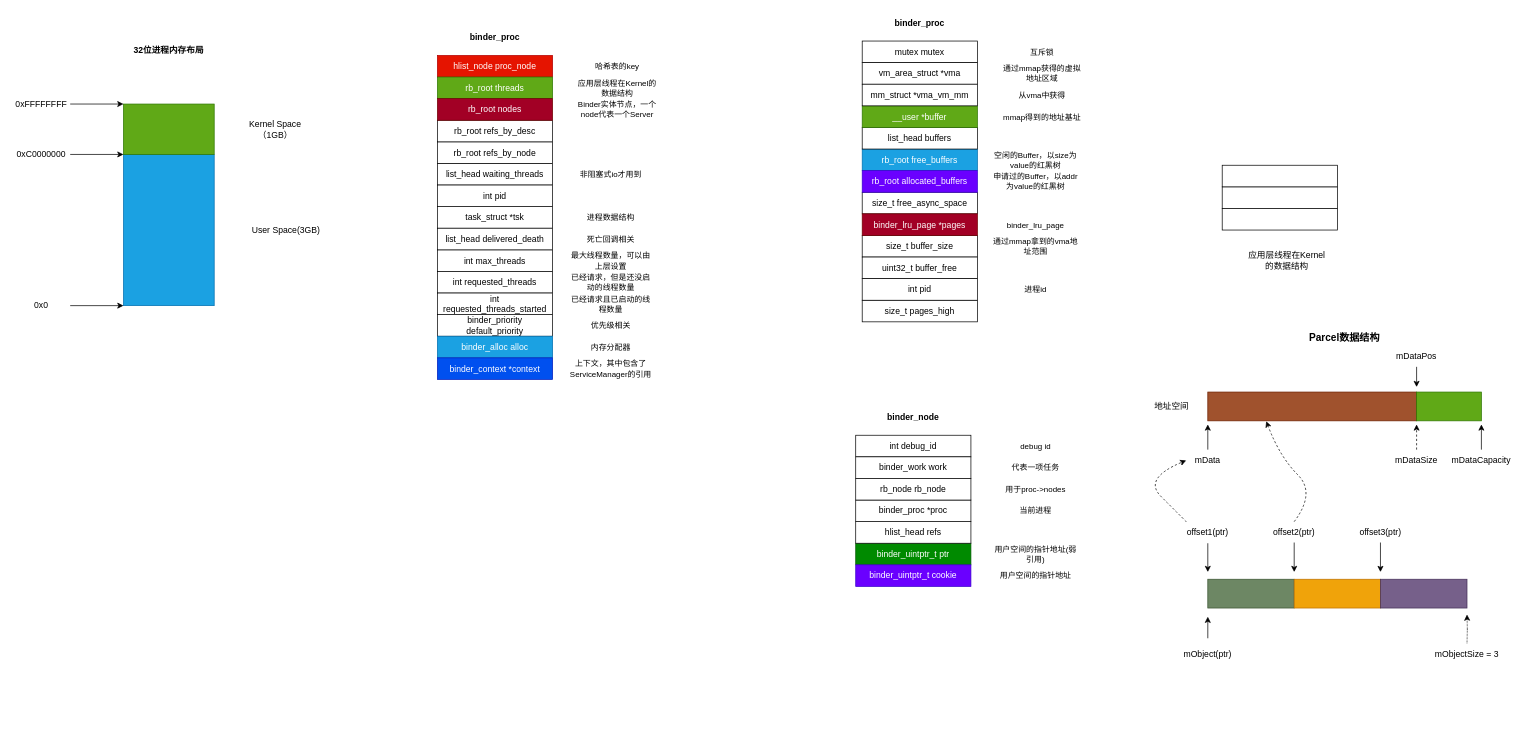
The draw.io diagram android/未命名绘图.drawio in dddjjq/CodeRead, before the edit. Source tidied: cells renumbered, new cells numbered last; positions are measured from the earlier drawing's top-left corner, leaving out a move shared by most shapes. Both pictures are drawn from the tidied source at 72%, with x=0, y=0 at pixel (12, 12).
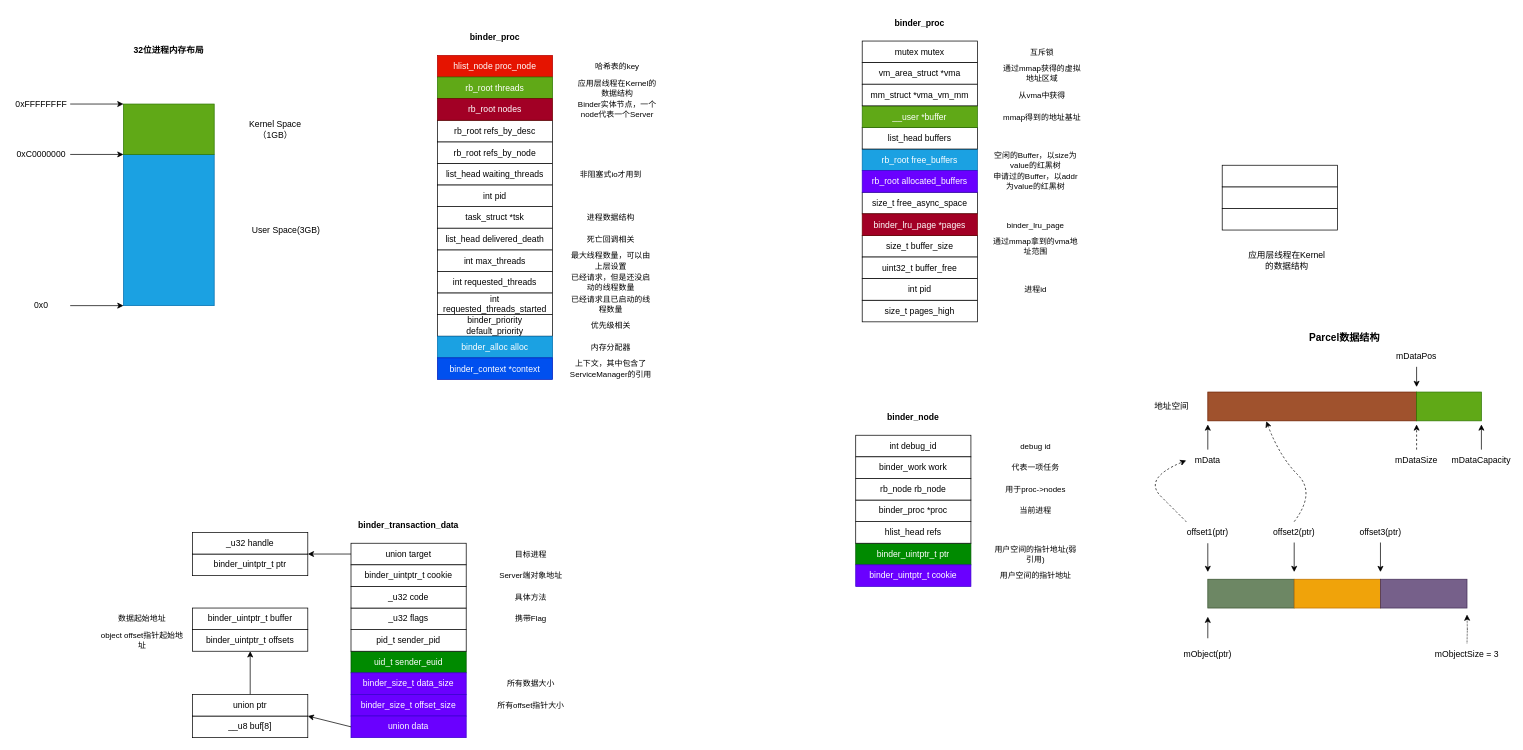
The same diagram, later.

Commit message:
更新未命名绘图.drawio

Diff of the diagram source:
```diff
@@
+    <mxCell id="109" value="union target" style="rounded=0;whiteSpace=wrap;html=1;" parent="1" vertex="1">
+      <mxGeometry x="470" y="738" width="160" height="30" as="geometry" />
+    </mxCell>
+    <mxCell id="110" value="binder_uintptr_t cookie" style="rounded=0;whiteSpace=wrap;html=1;" parent="1" vertex="1">
+      <mxGeometry x="470" y="768" width="160" height="30" as="geometry" />
+    </mxCell>
+    <mxCell id="111" value="uid_t sender_euid" style="rounded=0;whiteSpace=wrap;html=1;fillColor=#008a00;fontColor=#ffffff;strokeColor=#005700;" parent="1" vertex="1">
+      <mxGeometry x="470" y="888" width="160" height="30" as="geometry" />
+    </mxCell>
+    <mxCell id="112" value="pid_t sender_pid" style="rounded=0;whiteSpace=wrap;html=1;" parent="1" vertex="1">
+      <mxGeometry x="470" y="858" width="160" height="30" as="geometry" />
+    </mxCell>
+    <mxCell id="113" value="_u32 flags" style="rounded=0;whiteSpace=wrap;html=1;" parent="1" vertex="1">
+      <mxGeometry x="470" y="828" width="160" height="30" as="geometry" />
+    </mxCell>
+    <mxCell id="114" value="_u32 code" style="rounded=0;whiteSpace=wrap;html=1;" parent="1" vertex="1">
+      <mxGeometry x="470" y="798" width="160" height="30" as="geometry" />
+    </mxCell>
+    <mxCell id="115" value="binder_size_t data_size" style="rounded=0;whiteSpace=wrap;html=1;fillColor=#6a00ff;fontColor=#ffffff;strokeColor=#3700CC;" parent="1" vertex="1">
+      <mxGeometry x="470" y="918" width="160" height="30" as="geometry" />
+    </mxCell>
+    <mxCell id="116" value="binder_transaction_data" style="text;html=1;strokeColor=none;fillColor=none;align=center;verticalAlign=middle;whiteSpace=wrap;rounded=0;fontStyle=1;" parent="1" vertex="1">
+      <mxGeometry x="520" y="698" width="60" height="30" as="geometry" />
+    </mxCell>
+    <mxCell id="117" value="目标进程" style="text;html=1;strokeColor=none;fillColor=none;align=center;verticalAlign=middle;whiteSpace=wrap;rounded=0;fontSize=11;" parent="1" vertex="1">
+      <mxGeometry x="660" y="738" width="120" height="30" as="geometry" />
+    </mxCell>
+    <mxCell id="118" value="Server端对象地址" style="text;html=1;strokeColor=none;fillColor=none;align=center;verticalAlign=middle;whiteSpace=wrap;rounded=0;fontSize=11;" parent="1" vertex="1">
+      <mxGeometry x="660" y="768" width="120" height="30" as="geometry" />
+    </mxCell>
+    <mxCell id="119" value="具体方法" style="text;html=1;strokeColor=none;fillColor=none;align=center;verticalAlign=middle;whiteSpace=wrap;rounded=0;fontSize=11;" parent="1" vertex="1">
+      <mxGeometry x="660" y="798" width="120" height="30" as="geometry" />
+    </mxCell>
+    <mxCell id="120" value="携带Flag" style="text;html=1;strokeColor=none;fillColor=none;align=center;verticalAlign=middle;whiteSpace=wrap;rounded=0;fontSize=11;" parent="1" vertex="1">
+      <mxGeometry x="660" y="828" width="120" height="30" as="geometry" />
+    </mxCell>
+    <mxCell id="121" value="所有offset指针大小" style="text;html=1;strokeColor=none;fillColor=none;align=center;verticalAlign=middle;whiteSpace=wrap;rounded=0;fontSize=11;" parent="1" vertex="1">
+      <mxGeometry x="660" y="948" width="120" height="30" as="geometry" />
+    </mxCell>
+    <mxCell id="122" value="所有数据大小" style="text;html=1;strokeColor=none;fillColor=none;align=center;verticalAlign=middle;whiteSpace=wrap;rounded=0;fontSize=11;" parent="1" vertex="1">
+      <mxGeometry x="660" y="918" width="120" height="30" as="geometry" />
+    </mxCell>
+    <mxCell id="123" value="binder_size_t offset_size" style="rounded=0;whiteSpace=wrap;html=1;fillColor=#6a00ff;fontColor=#ffffff;strokeColor=#3700CC;" parent="1" vertex="1">
+      <mxGeometry x="470" y="948" width="160" height="30" as="geometry" />
+    </mxCell>
+    <mxCell id="124" value="union data" style="rounded=0;whiteSpace=wrap;html=1;fillColor=#6a00ff;fontColor=#ffffff;strokeColor=#3700CC;" parent="1" vertex="1">
+      <mxGeometry x="470" y="978" width="160" height="30" as="geometry" />
+    </mxCell>
+    <mxCell id="125" value="binder_uintptr_t ptr" style="rounded=0;whiteSpace=wrap;html=1;" parent="1" vertex="1">
+      <mxGeometry x="250" y="753" width="160" height="30" as="geometry" />
+    </mxCell>
+    <mxCell id="126" value="_u32 handle" style="rounded=0;whiteSpace=wrap;html=1;" parent="1" vertex="1">
+      <mxGeometry x="250" y="723" width="160" height="30" as="geometry" />
+    </mxCell>
+    <mxCell id="127" value="binder_uintptr_t offsets" style="rounded=0;whiteSpace=wrap;html=1;" parent="1" vertex="1">
+      <mxGeometry x="250" y="858" width="160" height="30" as="geometry" />
+    </mxCell>
+    <mxCell id="128" value="binder_uintptr_t buffer" style="rounded=0;whiteSpace=wrap;html=1;" parent="1" vertex="1">
+      <mxGeometry x="250" y="828" width="160" height="30" as="geometry" />
+    </mxCell>
+    <mxCell id="129" value="__u8 buf[8]" style="rounded=0;whiteSpace=wrap;html=1;" parent="1" vertex="1">
+      <mxGeometry x="250" y="978" width="160" height="30" as="geometry" />
+    </mxCell>
+    <mxCell id="130" style="edgeStyle=orthogonalEdgeStyle;rounded=0;jettySize=auto;html=1;exitX=0.5;exitY=0;exitDx=0;exitDy=0;entryX=0.5;entryY=1;entryDx=0;entryDy=0;fontSize=14;" parent="1" edge="1" source="131" target="127">
+      <mxGeometry relative="1" as="geometry" />
+    </mxCell>
+    <mxCell id="131" value="union ptr" style="rounded=0;whiteSpace=wrap;html=1;" parent="1" vertex="1">
+      <mxGeometry x="250" y="948" width="160" height="30" as="geometry" />
+    </mxCell>
+    <mxCell id="132" style="endArrow=classic;html=1;rounded=0;fontSize=14;exitX=0;exitY=0.5;exitDx=0;exitDy=0;entryX=1;entryY=0;entryDx=0;entryDy=0;" parent="1" edge="1" source="109" target="125">
+      <mxGeometry relative="1" as="geometry" />
+    </mxCell>
+    <mxCell id="133" style="endArrow=classic;html=1;rounded=0;fontSize=14;exitX=0;exitY=0.5;exitDx=0;exitDy=0;entryX=1;entryY=0;entryDx=0;entryDy=0;" parent="1" edge="1" source="124" target="129">
+      <mxGeometry relative="1" as="geometry" />
+    </mxCell>
+    <mxCell id="134" value="数据起始地址" style="text;html=1;strokeColor=none;fillColor=none;align=center;verticalAlign=middle;whiteSpace=wrap;rounded=0;fontSize=11;" parent="1" vertex="1">
+      <mxGeometry x="120" y="828" width="120" height="30" as="geometry" />
+    </mxCell>
+    <mxCell id="135" value="object offset指针起始地址" style="text;html=1;strokeColor=none;fillColor=none;align=center;verticalAlign=middle;whiteSpace=wrap;rounded=0;fontSize=11;" parent="1" vertex="1">
+      <mxGeometry x="120" y="858" width="120" height="30" as="geometry" />
+    </mxCell>
```
